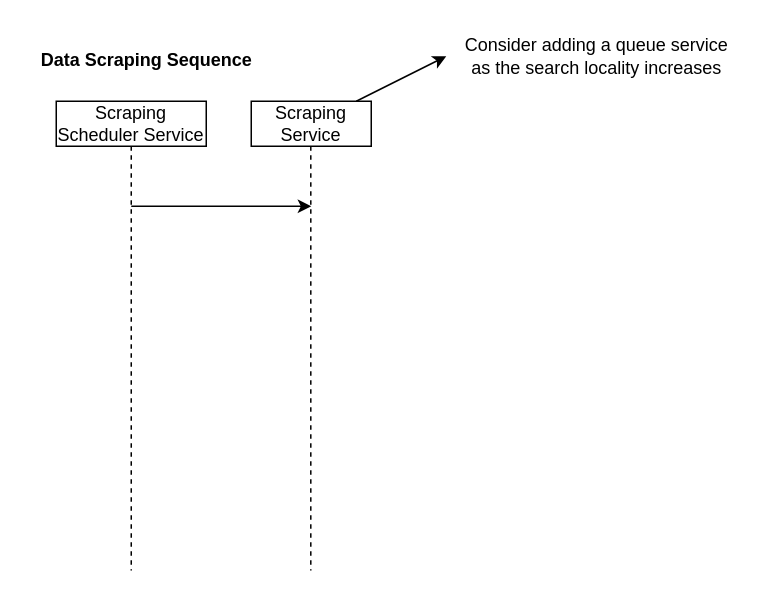
Earlier version of the draw.io diagram page "Draft Sequence Steps" (4 of 7) of design/System Design.drawio (jacob-petterle/turo-scraper). Source tidied: cells renumbered, new cells numbered last; positions are measured from the earlier drawing's top-left corner, leaving out a move shared by most shapes. Both pictures are drawn from the tidied source at 150%, with x=0, y=0 at pixel (26, 26).
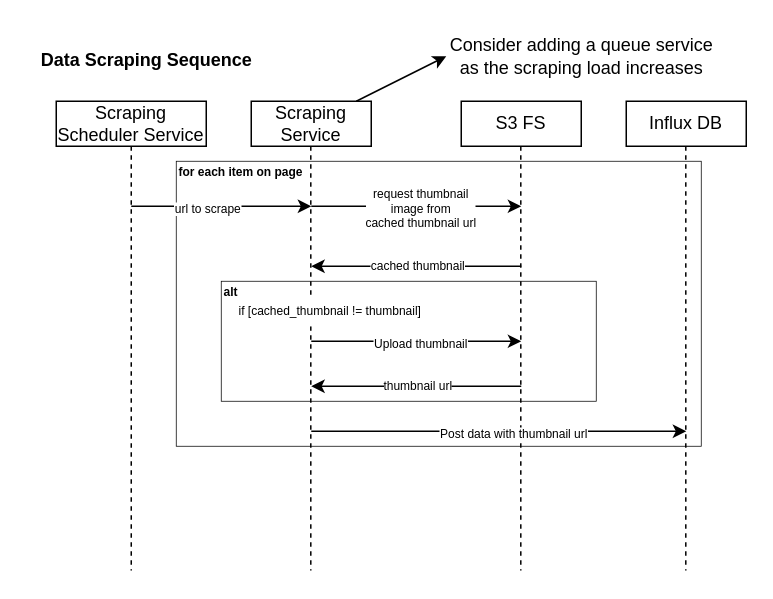
After the change.

Commit message (it also covers changes not shown here):
add scraping sequence

The change refers to these unchanged cells:
```xml
<mxCell id="7" style="endArrow=classic;html=1;rounded=0;" parent="1" edge="1">
  <mxGeometry relative="1" as="geometry">
    <mxPoint x="70" y="120" as="sourcePoint" />
    <mxPoint x="190" y="120" as="targetPoint" />
  </mxGeometry>
</mxCell>
```

What changed in the source:
```diff
@@
+    <mxCell id="10" value="&lt;span style=&quot;font-size: 8px;&quot;&gt;&lt;b style=&quot;line-height: 0.4;&quot;&gt;for each item on page&lt;/b&gt;&lt;/span&gt;" style="rounded=0;whiteSpace=wrap;html=1;fillColor=none;align=left;verticalAlign=top;horizontal=1;spacing=2;spacingTop=-8;strokeWidth=0.5;" parent="1" vertex="1">
+      <mxGeometry x="100" y="90" width="350" height="190" as="geometry" />
+    </mxCell>
+    <mxCell id="6" style="endArrow=none;dashed=1;html=1;rounded=0;exitX=0.5;exitY=1;exitDx=0;exitDy=0;" parent="1" edge="1">
+      <mxGeometry relative="1" as="geometry">
+        <mxPoint x="189.7" y="80" as="sourcePoint" />
+        <mxPoint x="189.7" y="362.8" as="targetPoint" />
+      </mxGeometry>
+    </mxCell>
+    <mxCell id="11" value="&lt;b&gt;&lt;font style=&quot;font-size: 8px;&quot;&gt;alt&lt;/font&gt;&lt;/b&gt;" style="rounded=0;whiteSpace=wrap;html=1;fillColor=none;align=left;verticalAlign=top;horizontal=1;spacing=2;spacingTop=-8;strokeWidth=0.5;" parent="1" vertex="1">
+      <mxGeometry x="130" y="170" width="250" height="80" as="geometry" />
+    </mxCell>
@@
-    <mxCell id="6" style="endArrow=none;dashed=1;html=1;rounded=0;exitX=0.5;exitY=1;exitDx=0;exitDy=0;" parent="1" edge="1">
-      <mxGeometry relative="1" as="geometry">
-        <mxPoint x="189.7" y="80" as="sourcePoint" />
-        <mxPoint x="189.7" y="362.8" as="targetPoint" />
-      </mxGeometry>
-    </mxCell>
@@
+    <mxCell id="12" value="url to scrape" style="edgeLabel;html=1;align=center;verticalAlign=middle;fontSize=8;" parent="7" vertex="1">
+      <mxGeometry x="0.13" y="-1" relative="1" as="geometry">
+        <mxPoint x="-18" as="offset" />
+      </mxGeometry>
+    </mxCell>
@@
-    <mxCell id="9" value="Consider adding a queue service&lt;br&gt;as the search locality increases" style="text;html=1;align=center;verticalAlign=middle;strokeColor=none;fillColor=none;" parent="1" vertex="1">
-      <mxGeometry x="280" width="200" height="40" as="geometry" />
+    <mxCell id="9" value="Consider adding a queue service&lt;br&gt;as the scraping load increases" style="text;html=1;align=center;verticalAlign=middle;strokeColor=none;fillColor=none;" parent="1" vertex="1">
+      <mxGeometry x="270" width="200" height="40" as="geometry" />
     </mxCell>
+    <mxCell id="13" style="endArrow=classic;html=1;rounded=0;" parent="1" edge="1">
+      <mxGeometry relative="1" as="geometry">
+        <mxPoint x="190" y="120" as="sourcePoint" />
+        <mxPoint x="330" y="120" as="targetPoint" />
+      </mxGeometry>
+    </mxCell>
+    <mxCell id="14" value="request thumbnail &lt;br style=&quot;font-size: 8px;&quot;&gt;image from &lt;br style=&quot;font-size: 8px;&quot;&gt;cached thumbnail url" style="edgeLabel;html=1;align=center;verticalAlign=middle;fontSize=8;" parent="13" vertex="1">
+      <mxGeometry x="0.13" y="-1" relative="1" as="geometry">
+        <mxPoint x="-7" as="offset" />
+      </mxGeometry>
+    </mxCell>
+    <mxCell id="15" value="S3 FS" style="rounded=0;whiteSpace=wrap;html=1;" parent="1" vertex="1">
+      <mxGeometry x="290" y="50" width="80" height="30" as="geometry" />
+    </mxCell>
+    <mxCell id="16" style="endArrow=none;dashed=1;html=1;rounded=0;exitX=0.5;exitY=1;exitDx=0;exitDy=0;" parent="1" edge="1">
+      <mxGeometry relative="1" as="geometry">
+        <mxPoint x="329.7" y="80" as="sourcePoint" />
+        <mxPoint x="329.7" y="362.8" as="targetPoint" />
+      </mxGeometry>
+    </mxCell>
+    <mxCell id="17" style="endArrow=classic;html=1;rounded=0;" parent="1" edge="1">
+      <mxGeometry relative="1" as="geometry">
+        <mxPoint x="330" y="160" as="sourcePoint" />
+        <mxPoint x="190" y="160" as="targetPoint" />
+      </mxGeometry>
+    </mxCell>
+    <mxCell id="18" value="cached thumbnail" style="edgeLabel;html=1;align=center;verticalAlign=middle;fontSize=8;" parent="17" vertex="1">
+      <mxGeometry x="0.13" y="-1" relative="1" as="geometry">
+        <mxPoint x="9" as="offset" />
+      </mxGeometry>
+    </mxCell>
+    <mxCell id="19" value="if [cached_thumbnail != thumbnail]" style="text;html=1;align=left;verticalAlign=middle;strokeColor=none;fillColor=default;fontSize=8;" parent="1" vertex="1">
+      <mxGeometry x="140" y="180" width="150" height="20" as="geometry" />
+    </mxCell>
+    <mxCell id="20" style="endArrow=classic;html=1;rounded=0;" parent="1" edge="1">
+      <mxGeometry relative="1" as="geometry">
+        <mxPoint x="190" y="210" as="sourcePoint" />
+        <mxPoint x="330" y="210" as="targetPoint" />
+      </mxGeometry>
+    </mxCell>
+    <mxCell id="21" value="Upload thumbnail" style="edgeLabel;html=1;align=center;verticalAlign=middle;fontSize=8;" parent="20" vertex="1">
+      <mxGeometry x="0.13" y="-1" relative="1" as="geometry">
+        <mxPoint x="-7" as="offset" />
+      </mxGeometry>
+    </mxCell>
+    <mxCell id="22" style="endArrow=classic;html=1;rounded=0;" parent="1" edge="1">
+      <mxGeometry relative="1" as="geometry">
+        <mxPoint x="330" y="240" as="sourcePoint" />
+        <mxPoint x="190" y="240" as="targetPoint" />
+      </mxGeometry>
+    </mxCell>
+    <mxCell id="23" value="thumbnail url" style="edgeLabel;html=1;align=center;verticalAlign=middle;fontSize=8;" parent="22" vertex="1">
+      <mxGeometry x="0.13" y="-1" relative="1" as="geometry">
+        <mxPoint x="9" as="offset" />
+      </mxGeometry>
+    </mxCell>
+    <mxCell id="24" value="Influx DB" style="rounded=0;whiteSpace=wrap;html=1;" parent="1" vertex="1">
+      <mxGeometry x="400" y="50" width="80" height="30" as="geometry" />
+    </mxCell>
+    <mxCell id="25" style="endArrow=none;dashed=1;html=1;rounded=0;exitX=0.5;exitY=1;exitDx=0;exitDy=0;" parent="1" edge="1">
+      <mxGeometry relative="1" as="geometry">
+        <mxPoint x="439.7" y="80" as="sourcePoint" />
+        <mxPoint x="439.7" y="362.8" as="targetPoint" />
+      </mxGeometry>
+    </mxCell>
+    <mxCell id="26" style="endArrow=classic;html=1;rounded=0;" parent="1" edge="1">
+      <mxGeometry relative="1" as="geometry">
+        <mxPoint x="190" y="270" as="sourcePoint" />
+        <mxPoint x="440" y="270" as="targetPoint" />
+      </mxGeometry>
+    </mxCell>
+    <mxCell id="27" value="Post data with thumbnail url" style="edgeLabel;html=1;align=center;verticalAlign=middle;fontSize=8;" parent="26" vertex="1">
+      <mxGeometry x="0.13" y="-1" relative="1" as="geometry">
+        <mxPoint x="-7" as="offset" />
+      </mxGeometry>
+    </mxCell>
```
